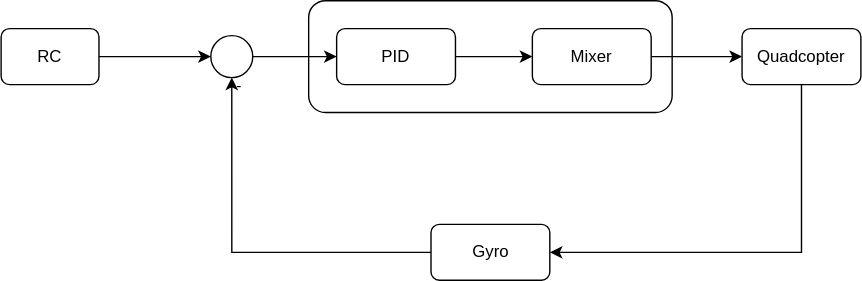
helo9/zephly keeps this draw.io diagram as docs/controller.drawio.svg. Above is the earlier version. Source tidied: cells renumbered, new cells last; positions are measured from the earlier drawing's top-left corner, leaving out a move shared by most shapes.
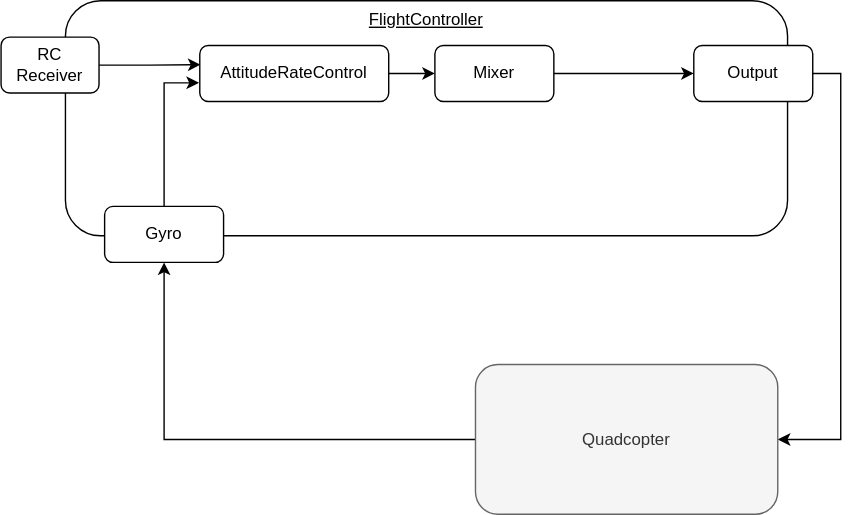
After the change.

The edit, as a diff of the source:
```diff
@@ -2,26 +2,20 @@
   <root>
     <mxCell id="0" />
     <mxCell id="1" parent="0" />
-    <mxCell id="2" style="rounded=1;whiteSpace=wrap;html=1;" parent="1" vertex="1">
-      <mxGeometry x="220" width="260" height="80" as="geometry" />
-    </mxCell>
+    <mxCell id="16" value="FlightController" style="rounded=1;whiteSpace=wrap;html=1;verticalAlign=top;align=center;fontStyle=4;" parent="1" vertex="1">
+      <mxGeometry x="116" y="-12" width="516" height="168" as="geometry" />
+    </mxCell>
-    <mxCell id="3" style="edgeStyle=orthogonalEdgeStyle;rounded=0;jettySize=auto;html=1;entryX=0;entryY=0.5;entryDx=0;entryDy=0;" parent="1" edge="1" source="4" target="6">
+    <mxCell id="3" style="edgeStyle=orthogonalEdgeStyle;rounded=0;jettySize=auto;html=1;entryX=0.004;entryY=0.342;entryDx=0;entryDy=0;entryPerimeter=0;" parent="1" edge="1" source="4" target="8">
       <mxGeometry relative="1" as="geometry" />
     </mxCell>
-    <mxCell id="4" value="RC" style="rounded=1;whiteSpace=wrap;html=1;" parent="1" vertex="1">
-      <mxGeometry y="20" width="70" height="40" as="geometry" />
+    <mxCell id="4" value="RC&lt;br&gt;Receiver" style="rounded=1;whiteSpace=wrap;html=1;" parent="1" vertex="1">
+      <mxGeometry x="70" y="14" width="70" height="40" as="geometry" />
     </mxCell>
-    <mxCell id="5" style="edgeStyle=orthogonalEdgeStyle;rounded=0;jettySize=auto;html=1;" parent="1" edge="1" source="6" target="8">
-      <mxGeometry relative="1" as="geometry" />
-    </mxCell>
-    <mxCell id="6" style="ellipse;whiteSpace=wrap;html=1;" parent="1" vertex="1">
-      <mxGeometry x="150" y="25" width="30" height="30" as="geometry" />
-    </mxCell>
     <mxCell id="7" style="edgeStyle=orthogonalEdgeStyle;rounded=0;jettySize=auto;html=1;" parent="1" edge="1" source="8" target="10">
       <mxGeometry relative="1" as="geometry" />
     </mxCell>
-    <mxCell id="8" value="PID" style="rounded=1;whiteSpace=wrap;html=1;" parent="1" vertex="1">
-      <mxGeometry x="240" y="20" width="85" height="40" as="geometry" />
+    <mxCell id="8" value="AttitudeRateControl" style="rounded=1;whiteSpace=wrap;html=1;" parent="1" vertex="1">
+      <mxGeometry x="212" y="20" width="135" height="40" as="geometry" />
     </mxCell>
     <mxCell id="9" style="edgeStyle=orthogonalEdgeStyle;rounded=0;jettySize=auto;html=1;" parent="1" edge="1" source="10" target="12">
       <mxGeometry relative="1" as="geometry" />
@@ -29,26 +23,28 @@
     <mxCell id="10" value="Mixer" style="rounded=1;whiteSpace=wrap;html=1;" parent="1" vertex="1">
       <mxGeometry x="380" y="20" width="85" height="40" as="geometry" />
     </mxCell>
-    <mxCell id="11" style="edgeStyle=orthogonalEdgeStyle;rounded=0;jettySize=auto;html=1;" parent="1" edge="1" source="12" target="15">
-      <mxGeometry relative="1" as="geometry">
-        <Array as="points">
-          <mxPoint x="573" y="180" />
-        </Array>
-      </mxGeometry>
+    <mxCell id="11" style="edgeStyle=orthogonalEdgeStyle;rounded=0;jettySize=auto;html=1;startArrow=none;" parent="1" edge="1" source="18" target="15">
+      <mxGeometry relative="1" as="geometry" />
     </mxCell>
+    <mxCell id="17" style="edgeStyle=orthogonalEdgeStyle;rounded=0;jettySize=auto;html=1;entryX=1;entryY=0.5;entryDx=0;entryDy=0;" parent="1" edge="1" source="12" target="18">
+      <mxGeometry relative="1" as="geometry">
+        <Array as="points">
+          <mxPoint x="670" y="40" />
+          <mxPoint x="670" y="301" />
+        </Array>
+      </mxGeometry>
+    </mxCell>
-    <mxCell id="12" value="Quadcopter" style="rounded=1;whiteSpace=wrap;html=1;" parent="1" vertex="1">
-      <mxGeometry x="530" y="20" width="85" height="40" as="geometry" />
+    <mxCell id="12" value="Output" style="rounded=1;whiteSpace=wrap;html=1;" parent="1" vertex="1">
+      <mxGeometry x="565" y="20" width="85" height="40" as="geometry" />
     </mxCell>
-    <mxCell id="13" style="edgeStyle=orthogonalEdgeStyle;rounded=0;jettySize=auto;html=1;entryX=0.5;entryY=1;entryDx=0;entryDy=0;" parent="1" edge="1" source="15" target="6">
+    <mxCell id="13" style="edgeStyle=orthogonalEdgeStyle;rounded=0;jettySize=auto;html=1;entryX=-0.004;entryY=0.667;entryDx=0;entryDy=0;entryPerimeter=0;" parent="1" edge="1" source="15" target="8">
       <mxGeometry relative="1" as="geometry" />
     </mxCell>
-    <mxCell id="14" value="-" style="edgeLabel;html=1;align=center;verticalAlign=middle;labelBackgroundColor=none;" parent="13" vertex="1">
-      <mxGeometry x="0.95" y="-2" relative="1" as="geometry">
-        <mxPoint x="3" y="-1" as="offset" />
-      </mxGeometry>
-    </mxCell>
     <mxCell id="15" value="Gyro" style="rounded=1;whiteSpace=wrap;html=1;" parent="1" vertex="1">
-      <mxGeometry x="307.5" y="160" width="85" height="40" as="geometry" />
+      <mxGeometry x="144" y="135" width="85" height="40" as="geometry" />
     </mxCell>
+    <mxCell id="18" value="Quadcopter" style="rounded=1;whiteSpace=wrap;html=1;fillColor=#f5f5f5;fontColor=#333333;strokeColor=#666666;" parent="1" vertex="1">
+      <mxGeometry x="409" y="248" width="216" height="107" as="geometry" />
+    </mxCell>
   </root>
 </mxGraphModel>
```
